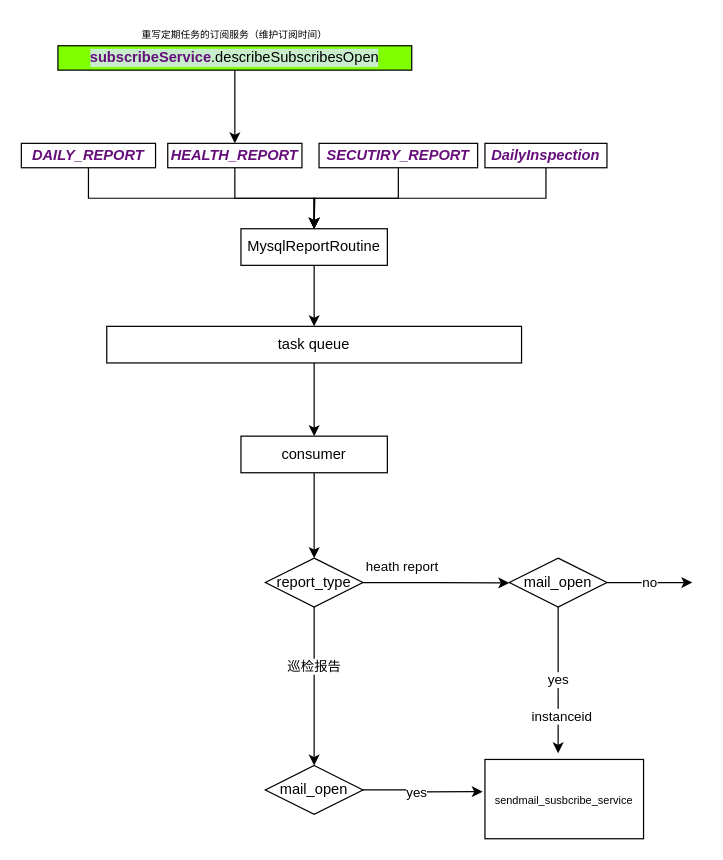
Earlier version of the draw.io diagram Untitled Diagram.drawio (GuoJunChen-commit/practice). Source tidied: cells renumbered, new cells numbered last; positions are measured from the earlier drawing's top-left corner, leaving out a move shared by most shapes. Both pictures are drawn from the tidied source at 122%, with x=0, y=0 at pixel (21, 21).
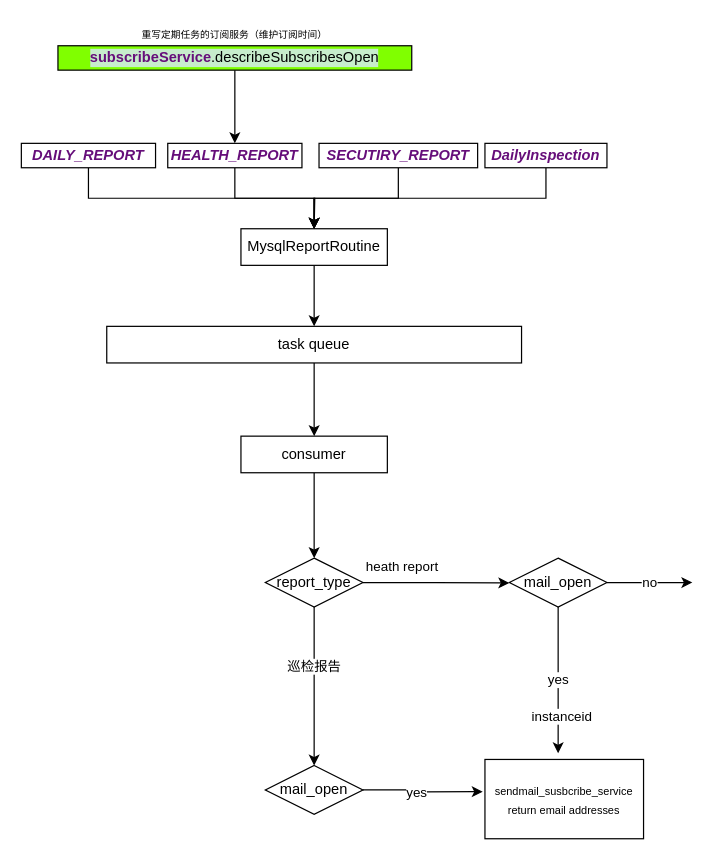
The same page after the edit.

The edit, as a diff of the source:
```diff
@@
-    <mxCell id="31" value="&lt;font style=&quot;font-size: 9px&quot;&gt;sendmail_susbcribe_service&lt;/font&gt;" style="rounded=0;whiteSpace=wrap;html=1;fillColor=#FFFFFF;" parent="1" vertex="1">
+    <mxCell id="31" value="&lt;font style=&quot;font-size: 9px&quot;&gt;sendmail_susbcribe_service&lt;br&gt;return email addresses&lt;br&gt;&lt;/font&gt;" style="rounded=0;whiteSpace=wrap;html=1;fillColor=#FFFFFF;" parent="1" vertex="1">
       <mxGeometry x="380" y="605" width="130" height="65" as="geometry" />
     </mxCell>
```
